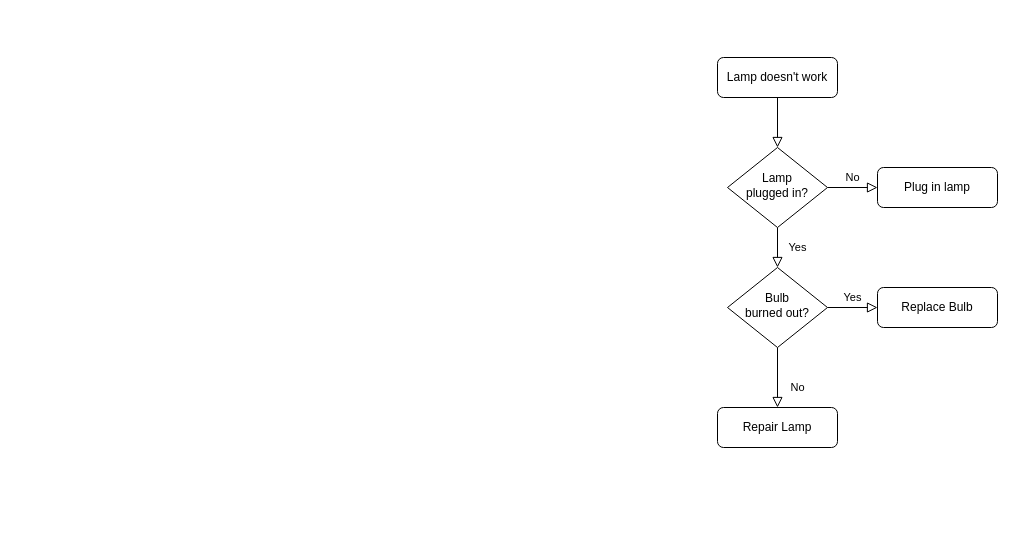
The draw.io diagram page "Page-1" (1 of 2) of DRAWINGS/HV_BMS_Flow.drawio in yusufselimkaratas/Draw_Io, before the edit. Source tidied: cells renumbered, new cells numbered last; positions are measured from the earlier drawing's top-left corner, leaving out a move shared by most shapes. Both pictures are drawn from the tidied source at 100%, with x=0, y=0 at pixel (717, 57).
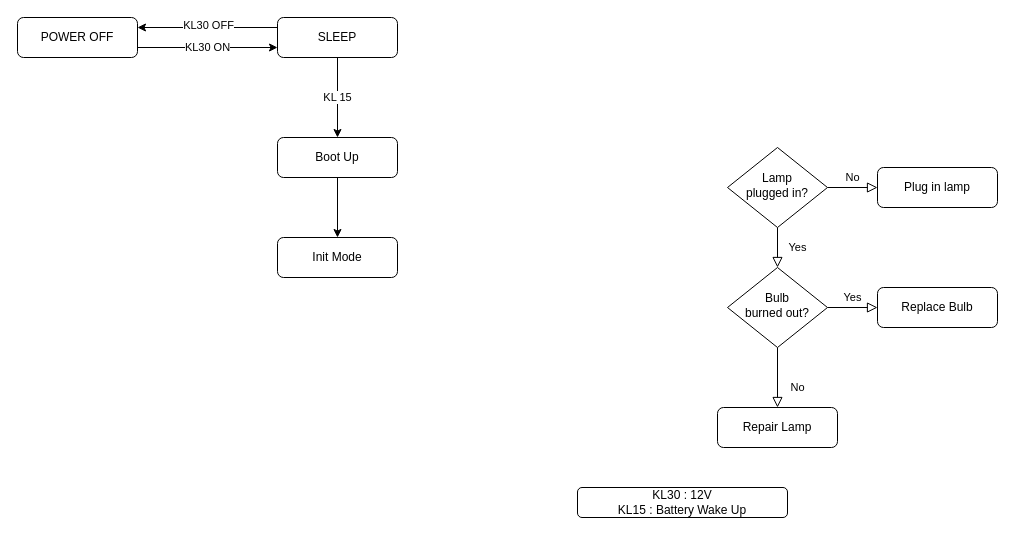
Above is the later version.

The change refers to these unchanged cells:
```xml
<mxCell id="6" value="Lamp&lt;br&gt;plugged in?" style="rhombus;whiteSpace=wrap;html=1;shadow=0;fontFamily=Helvetica;fontSize=12;align=center;strokeWidth=1;spacing=6;spacingTop=-4;" parent="1" vertex="1">
  <mxGeometry x="10" y="90" width="100" height="80" as="geometry" />
</mxCell>
```

What changed in the source:
```diff
@@
-    <mxCell id="2" style="rounded=0;html=1;jettySize=auto;fontSize=11;endArrow=block;endFill=0;endSize=8;strokeWidth=1;shadow=0;labelBackgroundColor=none;edgeStyle=orthogonalEdgeStyle;" parent="1" edge="1" source="3" target="6">
-      <mxGeometry relative="1" as="geometry" />
-    </mxCell>
+    <mxCell id="13" value="KL30 ON" style="edgeStyle=orthogonalEdgeStyle;rounded=0;jettySize=auto;html=1;exitX=1;exitY=0.75;exitDx=0;exitDy=0;entryX=0;entryY=0.75;entryDx=0;entryDy=0;" parent="1" edge="1" source="3" target="17">
+      <mxGeometry relative="1" as="geometry">
+        <Array as="points">
+          <mxPoint x="-500" y="-10" />
+          <mxPoint x="-500" y="-10" />
+        </Array>
+      </mxGeometry>
+    </mxCell>
-    <mxCell id="3" value="Lamp doesn't work" style="rounded=1;whiteSpace=wrap;html=1;fontSize=12;glass=0;strokeWidth=1;shadow=0;" parent="1" vertex="1">
-      <mxGeometry width="120" height="40" as="geometry" />
+    <mxCell id="3" value="POWER OFF" style="rounded=1;whiteSpace=wrap;html=1;fontSize=12;glass=0;strokeWidth=1;shadow=0;" parent="1" vertex="1">
+      <mxGeometry x="-700" y="-40" width="120" height="40" as="geometry" />
     </mxCell>
@@
+    <mxCell id="14" style="edgeStyle=orthogonalEdgeStyle;rounded=0;jettySize=auto;html=1;exitX=0;exitY=0.25;exitDx=0;exitDy=0;entryX=1;entryY=0.25;entryDx=0;entryDy=0;" parent="1" edge="1" source="17" target="3">
+      <mxGeometry relative="1" as="geometry" />
+    </mxCell>
+    <mxCell id="15" value="KL30 OFF" style="edgeLabel;html=1;align=center;verticalAlign=middle;" parent="14" vertex="1">
+      <mxGeometry x="0.24" y="-2" relative="1" as="geometry">
+        <mxPoint x="17" as="offset" />
+      </mxGeometry>
+    </mxCell>
+    <mxCell id="16" value="KL 15" style="edgeStyle=orthogonalEdgeStyle;rounded=0;jettySize=auto;html=1;exitX=0.5;exitY=1;exitDx=0;exitDy=0;" parent="1" edge="1" source="17" target="19">
+      <mxGeometry relative="1" as="geometry" />
+    </mxCell>
+    <mxCell id="17" value="SLEEP" style="rounded=1;whiteSpace=wrap;html=1;fontSize=12;glass=0;strokeWidth=1;shadow=0;" parent="1" vertex="1">
+      <mxGeometry x="-440" y="-40" width="120" height="40" as="geometry" />
+    </mxCell>
+    <mxCell id="18" style="edgeStyle=orthogonalEdgeStyle;rounded=0;jettySize=auto;html=1;exitX=0.5;exitY=1;exitDx=0;exitDy=0;" parent="1" edge="1" source="19" target="21">
+      <mxGeometry relative="1" as="geometry" />
+    </mxCell>
+    <mxCell id="19" value="Boot Up" style="rounded=1;whiteSpace=wrap;html=1;fontSize=12;glass=0;strokeWidth=1;shadow=0;" parent="1" vertex="1">
+      <mxGeometry x="-440" y="80" width="120" height="40" as="geometry" />
+    </mxCell>
+    <mxCell id="20" value="KL30 : 12V&lt;br&gt;KL15 : Battery Wake Up" style="rounded=1;whiteSpace=wrap;html=1;fontSize=12;glass=0;strokeWidth=1;shadow=0;" parent="1" vertex="1">
+      <mxGeometry x="-140" y="430" width="210" height="30" as="geometry" />
+    </mxCell>
+    <mxCell id="21" value="Init Mode&lt;br&gt;" style="rounded=1;whiteSpace=wrap;html=1;fontSize=12;glass=0;strokeWidth=1;shadow=0;" parent="1" vertex="1">
+      <mxGeometry x="-440" y="180" width="120" height="40" as="geometry" />
+    </mxCell>
```
